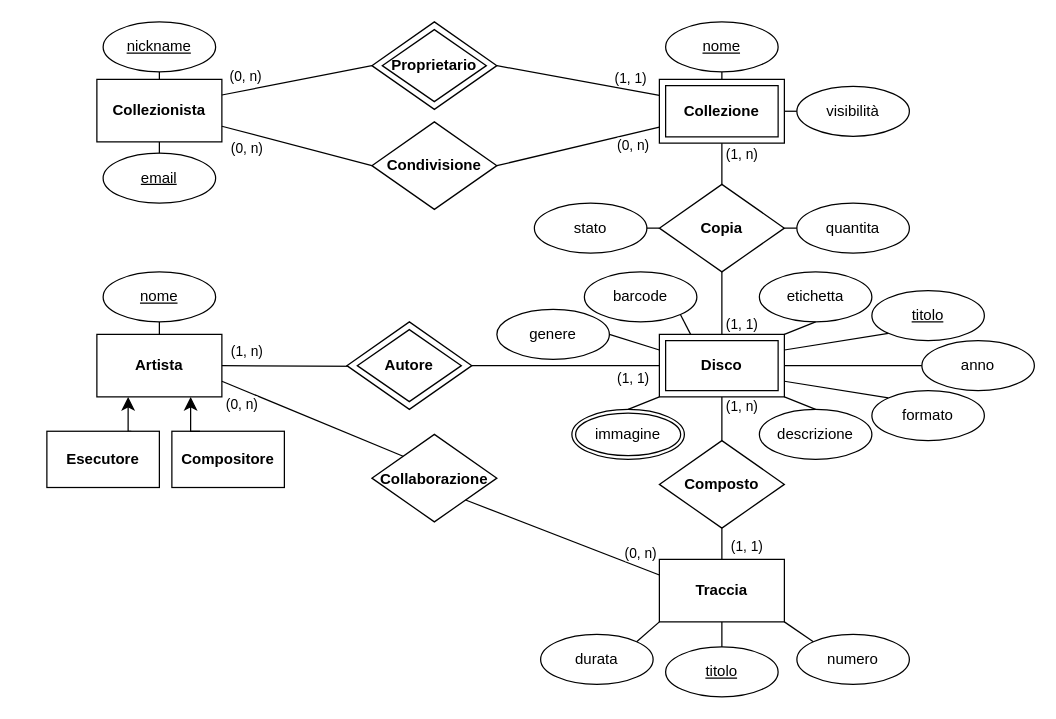
darthmassari/collectors-mysql-project keeps this draw.io diagram as design/Collectors_ER.drawio. Above is the earlier version. Source tidied: cells renumbered, new cells numbered last; positions are measured from the earlier drawing's top-left corner, leaving out a move shared by most shapes. Both pictures are drawn from the tidied source at 125%, with x=0, y=0 at pixel (46, 21).
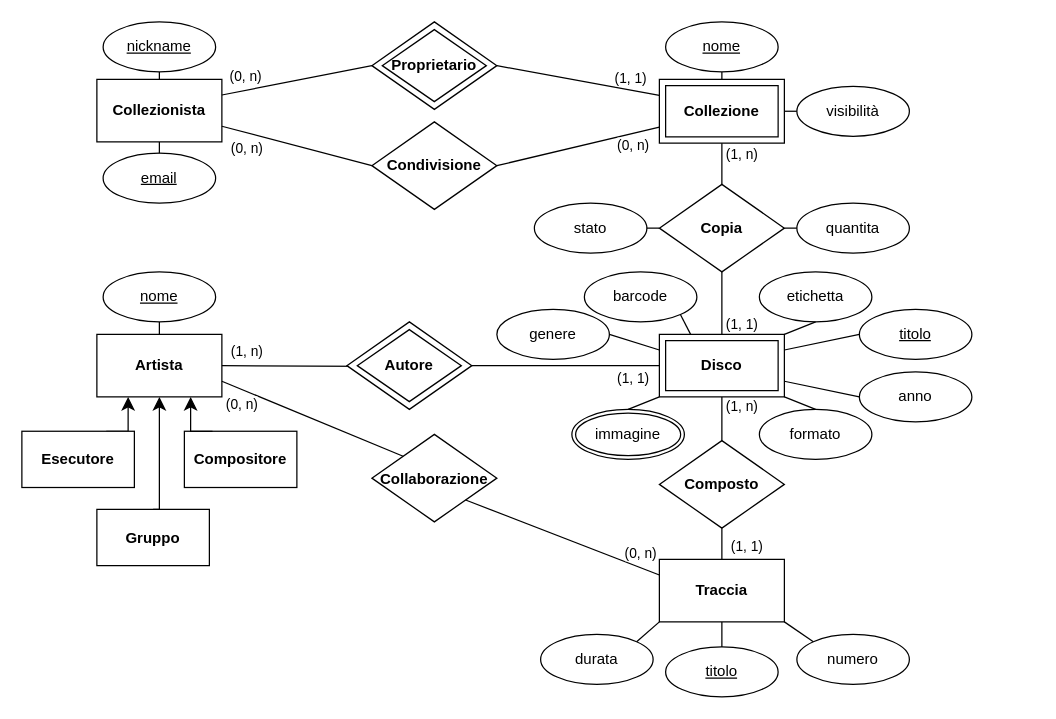
Above is the later version.

Commit message (it also covers changes not shown here):
Eliminata descrizione, aggiunto gruppo

Unchanged cells that the change refers to:
```xml
<mxCell id="28" value="&lt;b&gt;&lt;font style=&quot;font-size: 12px;&quot;&gt;Disco&lt;/font&gt;&lt;/b&gt;" style="shape=ext;margin=3;double=1;whiteSpace=wrap;html=1;align=center;" parent="1" vertex="1">
  <mxGeometry x="490" y="250" width="100" height="50" as="geometry" />
</mxCell>
<mxCell id="50" style="html=1;dashed=0;whiteSpace=wrap;" parent="49" vertex="1">
  <mxGeometry width="100" height="50" as="geometry" />
</mxCell>
```

The edit, as a diff of the source:
```diff
@@
-    <mxCell id="40" value="descrizione" style="ellipse;whiteSpace=wrap;html=1;align=center;" parent="1" vertex="1">
-      <mxGeometry x="570" y="310" width="90" height="40" as="geometry" />
-    </mxCell>
@@
     <mxCell id="42" value="anno" style="ellipse;whiteSpace=wrap;html=1;align=center;" parent="1" vertex="1">
-      <mxGeometry x="700" y="255" width="90" height="40" as="geometry" />
+      <mxGeometry x="650" y="280" width="90" height="40" as="geometry" />
     </mxCell>
     <mxCell id="43" value="formato" style="ellipse;whiteSpace=wrap;html=1;align=center;" parent="1" vertex="1">
-      <mxGeometry x="660" y="295" width="90" height="40" as="geometry" />
+      <mxGeometry x="570" y="310" width="90" height="40" as="geometry" />
     </mxCell>
     <mxCell id="44" value="&lt;u&gt;titolo&lt;/u&gt;" style="ellipse;whiteSpace=wrap;html=1;align=center;" parent="1" vertex="1">
-      <mxGeometry x="660" y="215" width="90" height="40" as="geometry" />
+      <mxGeometry x="650" y="230" width="90" height="40" as="geometry" />
     </mxCell>
-    <mxCell id="45" style="endArrow=none;html=1;rounded=0;entryX=1;entryY=0.25;entryDx=0;entryDy=0;exitX=0;exitY=1;exitDx=0;exitDy=0;" parent="1" edge="1" source="44" target="28">
+    <mxCell id="45" style="endArrow=none;html=1;rounded=0;entryX=1;entryY=0.25;entryDx=0;entryDy=0;exitX=0;exitY=0.5;exitDx=0;exitDy=0;" parent="1" edge="1" source="44" target="28">
       <mxGeometry relative="1" as="geometry" />
     </mxCell>
-    <mxCell id="46" style="endArrow=none;html=1;rounded=0;entryX=1;entryY=0.5;entryDx=0;entryDy=0;exitX=0;exitY=0.5;exitDx=0;exitDy=0;" parent="1" edge="1" source="42" target="28">
+    <mxCell id="46" style="endArrow=none;html=1;rounded=0;entryX=1;entryY=0.75;entryDx=0;entryDy=0;exitX=0;exitY=0.5;exitDx=0;exitDy=0;" parent="1" edge="1" source="42" target="28">
       <mxGeometry relative="1" as="geometry" />
     </mxCell>
-    <mxCell id="47" style="endArrow=none;html=1;rounded=0;entryX=1;entryY=0.75;entryDx=0;entryDy=0;exitX=0;exitY=0;exitDx=0;exitDy=0;" parent="1" edge="1" source="43" target="28">
+    <mxCell id="47" style="endArrow=none;html=1;rounded=0;entryX=1;entryY=1;entryDx=0;entryDy=0;exitX=0.5;exitY=0;exitDx=0;exitDy=0;" parent="1" edge="1" source="43" target="28">
       <mxGeometry relative="1" as="geometry" />
     </mxCell>
-    <mxCell id="48" style="endArrow=none;html=1;rounded=0;entryX=1;entryY=1;entryDx=0;entryDy=0;exitX=0.5;exitY=0;exitDx=0;exitDy=0;" parent="1" edge="1" source="40" target="28">
-      <mxGeometry relative="1" as="geometry" />
-    </mxCell>
@@
     <mxCell id="62" style="group;" parent="1" vertex="1">
-      <mxGeometry x="100" y="327.5" width="90" height="45" as="geometry" />
+      <mxGeometry x="110" y="327.5" width="90" height="45" as="geometry" />
     </mxCell>
@@
     <mxCell id="67" style="group;" parent="1" vertex="1">
-      <mxGeometry y="327.5" width="90" height="45" as="geometry" />
+      <mxGeometry x="-20" y="327.5" width="90" height="45" as="geometry" />
     </mxCell>
@@
+    <mxCell id="99" style="edgeStyle=segmentEdgeStyle;endArrow=classic;html=1;curved=0;rounded=0;endSize=8;startSize=8;entryX=0.5;entryY=1;entryDx=0;entryDy=0;exitX=0.5;exitY=0;exitDx=0;exitDy=0;" parent="1" edge="1" source="101" target="50">
+      <mxGeometry relative="1" as="geometry">
+        <Array as="points">
+          <mxPoint x="90" y="390" />
+        </Array>
+      </mxGeometry>
+    </mxCell>
+    <mxCell id="100" style="group;" parent="1" vertex="1">
+      <mxGeometry x="40" y="390" width="90" height="45" as="geometry" />
+    </mxCell>
+    <mxCell id="101" style="html=1;dashed=0;whiteSpace=wrap;" parent="100" vertex="1">
+      <mxGeometry width="90" height="45" as="geometry" />
+    </mxCell>
+    <mxCell id="102" value="&lt;b&gt;&lt;font style=&quot;font-size: 12px;&quot;&gt;Gruppo&lt;/font&gt;&lt;/b&gt;" style="text;html=1;strokeColor=none;fillColor=none;align=center;verticalAlign=middle;whiteSpace=wrap;rounded=0;" parent="100" vertex="1">
+      <mxGeometry x="18" y="9" width="54" height="27" as="geometry" />
+    </mxCell>
```
